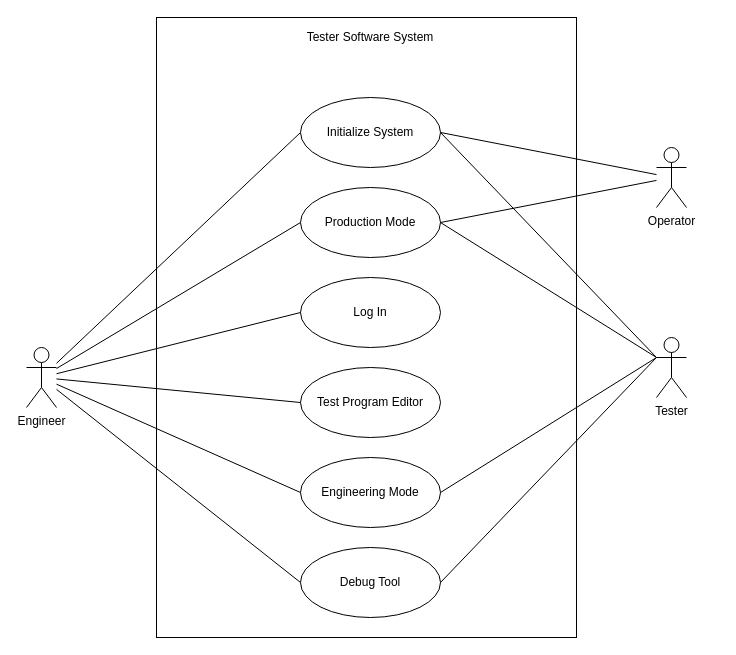
The draw.io diagram page "Tester Software System Use Case" (1 of 24) of SG9KG5/Use Case.drawio in Jasson-Chou/Software-Projects, before the edit. Source tidied: cells renumbered, new cells numbered last; positions are measured from the earlier drawing's top-left corner, leaving out a move shared by most shapes. Both pictures are drawn from the tidied source at 100%, with x=0, y=0 at pixel (26, 17). Pictures stored in the file or linked from it are replaced by grey dashed boxes.
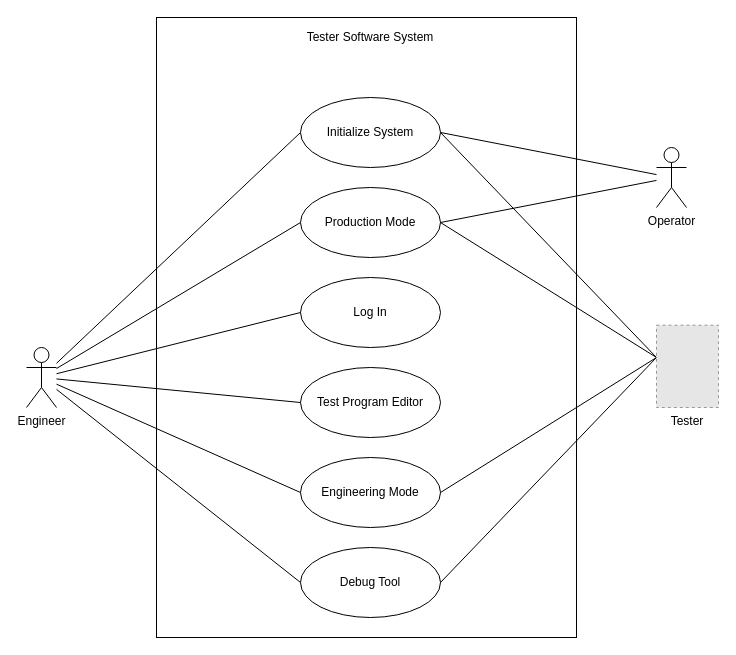
The same page after the edit.

Unchanged cells that the change refers to:
```xml
<mxCell id="7" value="Initialize System" style="ellipse;whiteSpace=wrap;html=1;" parent="1" vertex="1">
  <mxGeometry x="274" y="80" width="140" height="70" as="geometry" />
</mxCell>
<mxCell id="8" value="Production Mode" style="ellipse;whiteSpace=wrap;html=1;" parent="1" vertex="1">
  <mxGeometry x="274" y="170" width="140" height="70" as="geometry" />
</mxCell>
<mxCell id="10" value="Engineering Mode" style="ellipse;whiteSpace=wrap;html=1;" parent="1" vertex="1">
  <mxGeometry x="274" y="440" width="140" height="70" as="geometry" />
</mxCell>
<mxCell id="12" value="Debug Tool" style="ellipse;whiteSpace=wrap;html=1;" parent="1" vertex="1">
  <mxGeometry x="274" y="530" width="140" height="70" as="geometry" />
</mxCell>
```

What changed in the source:
```diff
@@
-    <mxCell id="20" value="Tester" style="shape=umlActor;verticalLabelPosition=bottom;verticalAlign=top;html=1;" parent="1" vertex="1">
-      <mxGeometry x="630" y="320" width="30" height="60" as="geometry" />
-    </mxCell>
-    <mxCell id="21" style="endArrow=none;html=1;entryX=1;entryY=0.5;entryDx=0;entryDy=0;exitX=0;exitY=0.3333333333333333;exitDx=0;exitDy=0;exitPerimeter=0;" parent="1" edge="1" source="20" target="7">
-      <mxGeometry relative="1" as="geometry" />
+    <mxCell id="21" style="endArrow=none;html=1;entryX=1;entryY=0.5;entryDx=0;entryDy=0;exitX=0;exitY=0.3333333333333333;exitDx=0;exitDy=0;exitPerimeter=0;" parent="1" edge="1" target="7">
+      <mxGeometry relative="1" as="geometry">
+        <mxPoint x="630" y="340" as="sourcePoint" />
+      </mxGeometry>
     </mxCell>
-    <mxCell id="22" style="endArrow=none;html=1;entryX=1;entryY=0.5;entryDx=0;entryDy=0;exitX=0;exitY=0.3333333333333333;exitDx=0;exitDy=0;exitPerimeter=0;" parent="1" edge="1" source="20" target="8">
-      <mxGeometry relative="1" as="geometry" />
+    <mxCell id="22" style="endArrow=none;html=1;entryX=1;entryY=0.5;entryDx=0;entryDy=0;exitX=0;exitY=0.3333333333333333;exitDx=0;exitDy=0;exitPerimeter=0;" parent="1" edge="1" target="8">
+      <mxGeometry relative="1" as="geometry">
+        <mxPoint x="630" y="340" as="sourcePoint" />
+      </mxGeometry>
     </mxCell>
-    <mxCell id="23" style="endArrow=none;html=1;entryX=1;entryY=0.5;entryDx=0;entryDy=0;exitX=0;exitY=0.3333333333333333;exitDx=0;exitDy=0;exitPerimeter=0;" parent="1" edge="1" source="20" target="10">
-      <mxGeometry relative="1" as="geometry" />
+    <mxCell id="23" style="endArrow=none;html=1;entryX=1;entryY=0.5;entryDx=0;entryDy=0;exitX=0;exitY=0.3333333333333333;exitDx=0;exitDy=0;exitPerimeter=0;" parent="1" edge="1" target="10">
+      <mxGeometry relative="1" as="geometry">
+        <mxPoint x="630" y="340" as="sourcePoint" />
+      </mxGeometry>
     </mxCell>
-    <mxCell id="24" style="endArrow=none;html=1;entryX=1;entryY=0.5;entryDx=0;entryDy=0;exitX=0;exitY=0.3333333333333333;exitDx=0;exitDy=0;exitPerimeter=0;" parent="1" edge="1" source="20" target="12">
-      <mxGeometry relative="1" as="geometry" />
+    <mxCell id="24" style="endArrow=none;html=1;entryX=1;entryY=0.5;entryDx=0;entryDy=0;exitX=0;exitY=0.3333333333333333;exitDx=0;exitDy=0;exitPerimeter=0;" parent="1" edge="1" target="12">
+      <mxGeometry relative="1" as="geometry">
+        <mxPoint x="630" y="340" as="sourcePoint" />
+      </mxGeometry>
     </mxCell>
+    <mxCell id="20" value="Tester" style="fillColor=#E6E6E6;strokeColor=#999999;dashed=1;verticalLabelPosition=bottom;labelBackgroundColor=#ffffff;verticalAlign=top;" parent="1" vertex="1">
+      <mxGeometry x="630" y="307.7" width="62" height="82.3" as="geometry" />
+    </mxCell>
```
